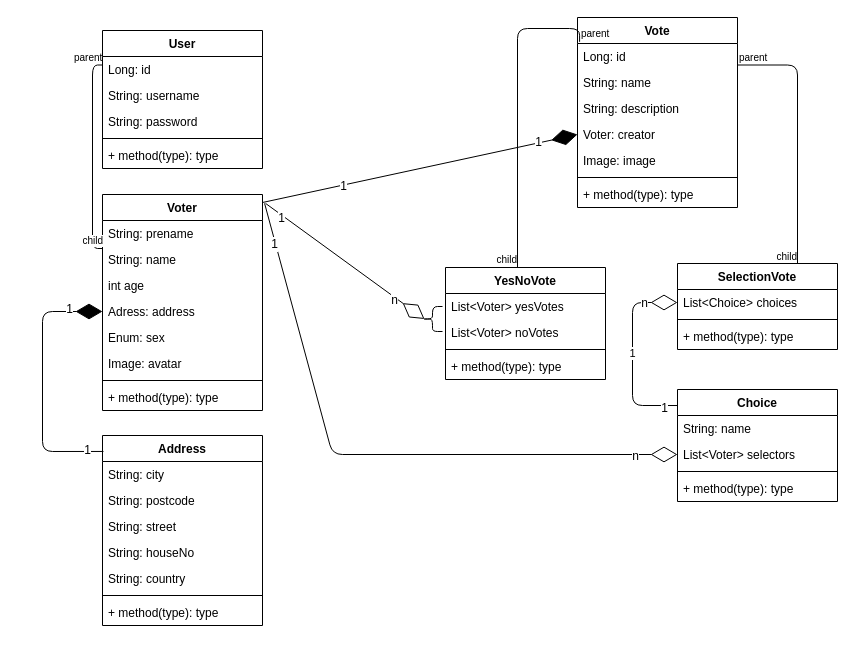
The draw.io diagram class-diagram.drawio in CodeWithFriendsKa/verteilte-systeme-vote-doku, before the edit. Source tidied: cells renumbered, new cells numbered last; positions are measured from the earlier drawing's top-left corner, leaving out a move shared by most shapes. Both pictures are drawn from the tidied source at 100%, with x=0, y=0 at pixel (42, 17).
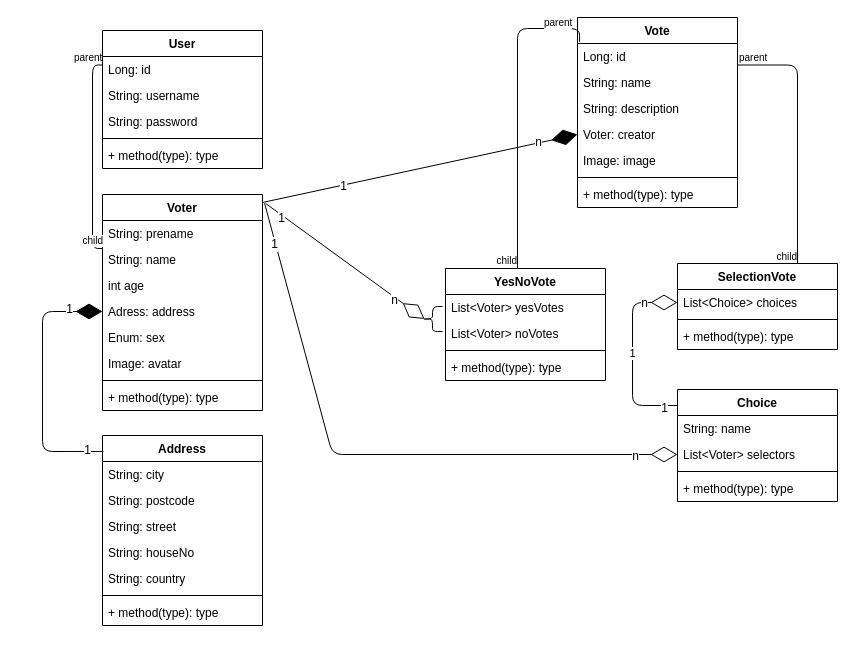
The same diagram, later.

The change refers to these unchanged cells:
```xml
<mxCell id="32" style="endArrow=none;html=1;edgeStyle=orthogonalEdgeStyle;exitX=0.013;exitY=0.128;exitDx=0;exitDy=0;exitPerimeter=0;" parent="1" edge="1" source="17" target="49">
  <mxGeometry relative="1" as="geometry">
    <Array as="points">
      <mxPoint x="537" y="11" />
      <mxPoint x="475" y="11" />
    </Array>
  </mxGeometry>
</mxCell>
<mxCell id="66" style="endArrow=diamondThin;endFill=1;endSize=24;html=1;entryX=0;entryY=0.5;entryDx=0;entryDy=0;exitX=1;exitY=0.037;exitDx=0;exitDy=0;exitPerimeter=0;" parent="1" edge="1" source="8" target="21">
  <mxGeometry relative="1" as="geometry" />
</mxCell>
```

What changed in the source:
```diff
@@
     <mxCell id="33" value="parent" style="html=1;align=left;verticalAlign=bottom;labelBackgroundColor=#ffffff;fontSize=10;" parent="32" vertex="1">
-      <mxGeometry x="-1" relative="1" as="geometry" />
+      <mxGeometry x="-1" relative="1" as="geometry">
+        <mxPoint x="-37" y="-11" as="offset" />
+      </mxGeometry>
     </mxCell>
@@
     <mxCell id="49" value="YesNoVote" style="swimlane;fontStyle=1;align=center;verticalAlign=top;horizontal=1;startSize=26;" parent="1" vertex="1">
-      <mxGeometry x="403" y="250" width="160" height="112" as="geometry" />
+      <mxGeometry x="403" y="251" width="160" height="112" as="geometry" />
     </mxCell>
@@
-    <mxCell id="68" value="1" style="text;html=1;align=center;verticalAlign=middle;labelBackgroundColor=#ffffff;" parent="66" vertex="1">
+    <mxCell id="68" value="n" style="text;html=1;align=center;verticalAlign=middle;labelBackgroundColor=#ffffff;" parent="66" vertex="1">
       <mxGeometry x="0.75" y="1" relative="1" as="geometry" />
     </mxCell>
```
